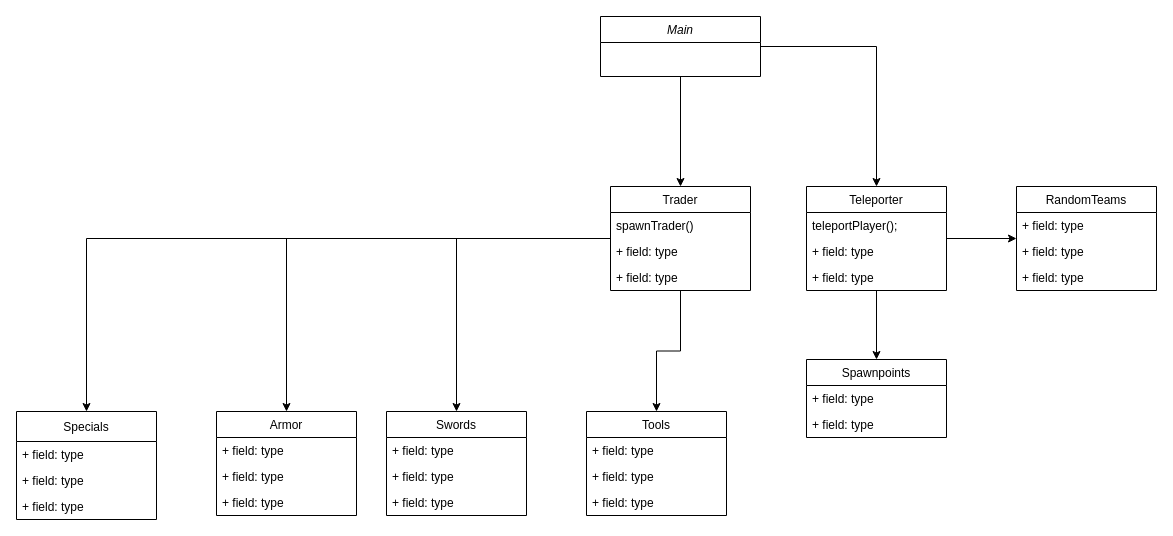
Above: BattleOfBeaconsDiagram.drawio in jakubjvecera/BattleOfBeacons (draw.io), before the change. Source tidied: cells renumbered, new cells numbered last; positions are measured from the earlier drawing's top-left corner, leaving out a move shared by most shapes. Both pictures are drawn from the tidied source at 100%, with x=0, y=0 at pixel (16, 16).
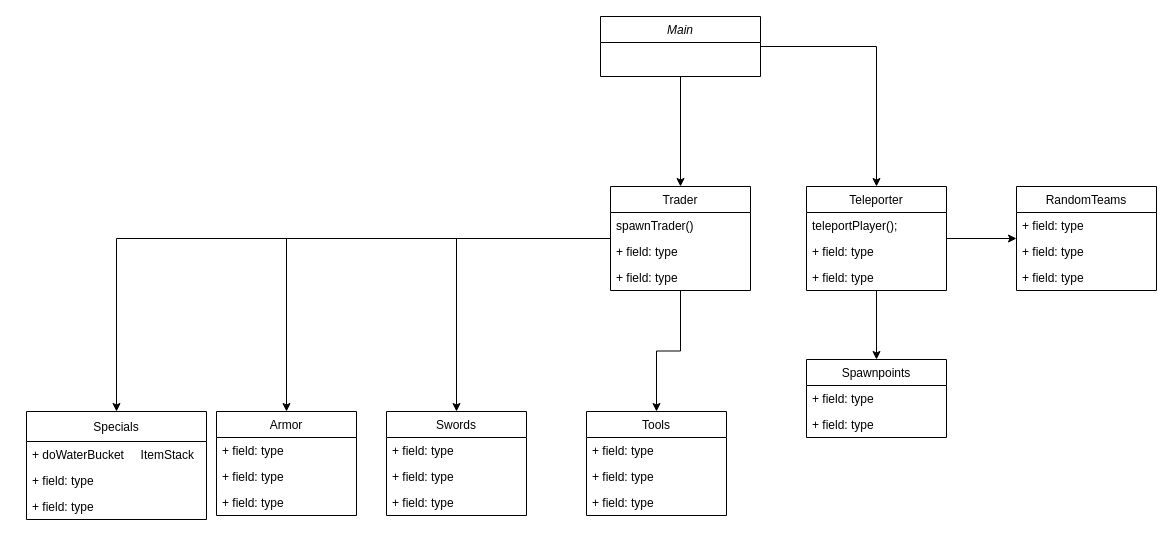
The same page after the edit.

What changed in the source:
```diff
@@
     <mxCell id="38" value="Specials" style="swimlane;fontStyle=0;horizontal=1;startSize=30;fillColor=none;" parent="1" vertex="1">
-      <mxGeometry y="395" width="140" height="108" as="geometry" />
+      <mxGeometry x="10" y="395" width="180" height="108" as="geometry" />
     </mxCell>
-    <mxCell id="39" value="+ field: type" style="text;strokeColor=none;fillColor=none;align=left;verticalAlign=top;spacingLeft=4;spacingRight=4;overflow=hidden;" parent="38" vertex="1">
-      <mxGeometry y="30" width="140" height="26" as="geometry" />
+    <mxCell id="39" value="+ doWaterBucket     ItemStack" style="text;strokeColor=none;fillColor=none;align=left;verticalAlign=top;spacingLeft=4;spacingRight=4;overflow=hidden;" parent="38" vertex="1">
+      <mxGeometry y="30" width="180" height="26" as="geometry" />
     </mxCell>
     <mxCell id="40" value="+ field: type" style="text;strokeColor=none;fillColor=none;align=left;verticalAlign=top;spacingLeft=4;spacingRight=4;overflow=hidden;" parent="38" vertex="1">
-      <mxGeometry y="56" width="140" height="26" as="geometry" />
+      <mxGeometry y="56" width="180" height="26" as="geometry" />
     </mxCell>
     <mxCell id="41" value="+ field: type" style="text;strokeColor=none;fillColor=none;align=left;verticalAlign=top;spacingLeft=4;spacingRight=4;overflow=hidden;" parent="38" vertex="1">
-      <mxGeometry y="82" width="140" height="26" as="geometry" />
+      <mxGeometry y="82" width="180" height="26" as="geometry" />
     </mxCell>
```
